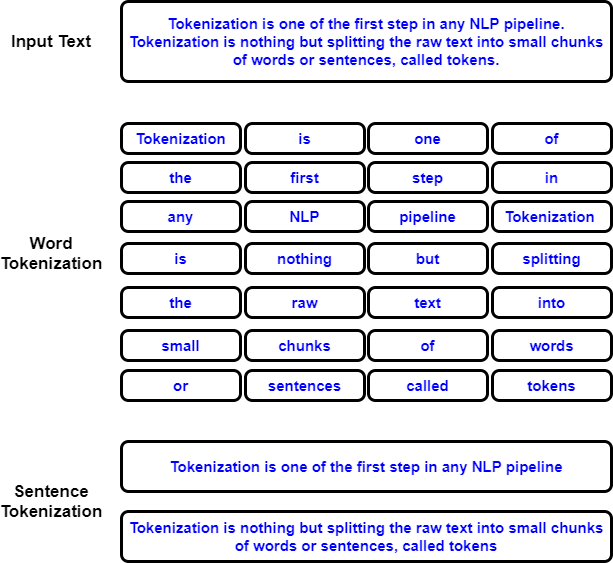
This is NLP_Tokenization.png from satishgunjal/Images, a draw.io export, as it was before one commit. Source tidied: cells renumbered, new cells last; positions are measured from the earlier drawing's top-left corner, leaving out a move shared by most shapes.
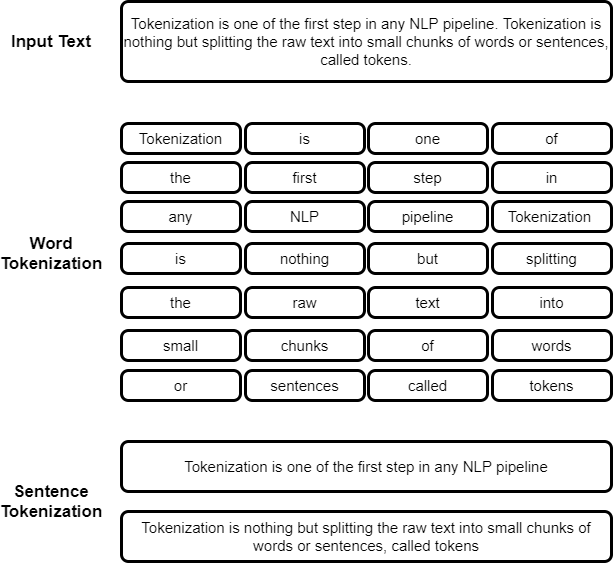
The same file after the commit.

The edit, as a diff of the source:
```diff
@@ -2,97 +2,97 @@
   <root>
     <mxCell id="0" />
     <mxCell id="1" parent="0" />
-    <mxCell id="2" value="Tokenization is one of the first step in any NLP pipeline. Tokenization is nothing but splitting the raw text into small chunks of words or sentences, called tokens." style="rounded=1;whiteSpace=wrap;html=1;absoluteArcSize=1;arcSize=14;strokeWidth=3;fontSize=15;fontStyle=1;fontColor=#0000FF;fillColor=none;align=center;" parent="1" vertex="1">
+    <mxCell id="2" value="Tokenization is one of the first step in any NLP pipeline. Tokenization is nothing but splitting the raw text into small chunks of words or sentences, called tokens." style="rounded=1;whiteSpace=wrap;html=1;absoluteArcSize=1;arcSize=14;strokeWidth=3;fontSize=15;fontStyle=0;fillColor=none;align=center;" parent="1" vertex="1">
       <mxGeometry x="120" width="490" height="80" as="geometry" />
     </mxCell>
-    <mxCell id="3" value="Tokenization" style="rounded=1;whiteSpace=wrap;html=1;absoluteArcSize=1;arcSize=14;strokeWidth=3;fontSize=15;fontStyle=1;fontColor=#0000FF;fillColor=none;align=center;" parent="1" vertex="1">
+    <mxCell id="3" value="Tokenization" style="rounded=1;whiteSpace=wrap;html=1;absoluteArcSize=1;arcSize=14;strokeWidth=3;fontSize=15;fontStyle=0;fillColor=none;align=center;" parent="1" vertex="1">
       <mxGeometry x="120" y="122" width="119" height="30" as="geometry" />
     </mxCell>
-    <mxCell id="4" value="is" style="rounded=1;whiteSpace=wrap;html=1;absoluteArcSize=1;arcSize=14;strokeWidth=3;fontSize=15;fontStyle=1;fontColor=#0000FF;fillColor=none;align=center;" parent="1" vertex="1">
+    <mxCell id="4" value="is" style="rounded=1;whiteSpace=wrap;html=1;absoluteArcSize=1;arcSize=14;strokeWidth=3;fontSize=15;fontStyle=0;fillColor=none;align=center;" parent="1" vertex="1">
       <mxGeometry x="244" y="122" width="119" height="30" as="geometry" />
     </mxCell>
-    <mxCell id="5" value="one" style="rounded=1;whiteSpace=wrap;html=1;absoluteArcSize=1;arcSize=14;strokeWidth=3;fontSize=15;fontStyle=1;fontColor=#0000FF;fillColor=none;align=center;" parent="1" vertex="1">
+    <mxCell id="5" value="one" style="rounded=1;whiteSpace=wrap;html=1;absoluteArcSize=1;arcSize=14;strokeWidth=3;fontSize=15;fontStyle=0;fillColor=none;align=center;" parent="1" vertex="1">
       <mxGeometry x="367" y="122" width="119" height="30" as="geometry" />
     </mxCell>
-    <mxCell id="6" value="of" style="rounded=1;whiteSpace=wrap;html=1;absoluteArcSize=1;arcSize=14;strokeWidth=3;fontSize=15;fontStyle=1;fontColor=#0000FF;fillColor=none;align=center;" parent="1" vertex="1">
+    <mxCell id="6" value="of" style="rounded=1;whiteSpace=wrap;html=1;absoluteArcSize=1;arcSize=14;strokeWidth=3;fontSize=15;fontStyle=0;fillColor=none;align=center;" parent="1" vertex="1">
       <mxGeometry x="491" y="122" width="119" height="30" as="geometry" />
     </mxCell>
-    <mxCell id="7" value="the" style="rounded=1;whiteSpace=wrap;html=1;absoluteArcSize=1;arcSize=14;strokeWidth=3;fontSize=15;fontStyle=1;fontColor=#0000FF;fillColor=none;align=center;" parent="1" vertex="1">
+    <mxCell id="7" value="the" style="rounded=1;whiteSpace=wrap;html=1;absoluteArcSize=1;arcSize=14;strokeWidth=3;fontSize=15;fontStyle=0;fillColor=none;align=center;" parent="1" vertex="1">
       <mxGeometry x="120" y="161" width="119" height="30" as="geometry" />
     </mxCell>
-    <mxCell id="8" value="first" style="rounded=1;whiteSpace=wrap;html=1;absoluteArcSize=1;arcSize=14;strokeWidth=3;fontSize=15;fontStyle=1;fontColor=#0000FF;fillColor=none;align=center;" parent="1" vertex="1">
+    <mxCell id="8" value="first" style="rounded=1;whiteSpace=wrap;html=1;absoluteArcSize=1;arcSize=14;strokeWidth=3;fontSize=15;fontStyle=0;fillColor=none;align=center;" parent="1" vertex="1">
       <mxGeometry x="244" y="161" width="119" height="30" as="geometry" />
     </mxCell>
-    <mxCell id="9" value="step" style="rounded=1;whiteSpace=wrap;html=1;absoluteArcSize=1;arcSize=14;strokeWidth=3;fontSize=15;fontStyle=1;fontColor=#0000FF;fillColor=none;align=center;" parent="1" vertex="1">
+    <mxCell id="9" value="step" style="rounded=1;whiteSpace=wrap;html=1;absoluteArcSize=1;arcSize=14;strokeWidth=3;fontSize=15;fontStyle=0;fillColor=none;align=center;" parent="1" vertex="1">
       <mxGeometry x="367" y="161" width="119" height="30" as="geometry" />
     </mxCell>
-    <mxCell id="10" value="in" style="rounded=1;whiteSpace=wrap;html=1;absoluteArcSize=1;arcSize=14;strokeWidth=3;fontSize=15;fontStyle=1;fontColor=#0000FF;fillColor=none;align=center;" parent="1" vertex="1">
+    <mxCell id="10" value="in" style="rounded=1;whiteSpace=wrap;html=1;absoluteArcSize=1;arcSize=14;strokeWidth=3;fontSize=15;fontStyle=0;fillColor=none;align=center;" parent="1" vertex="1">
       <mxGeometry x="491" y="161" width="119" height="30" as="geometry" />
     </mxCell>
-    <mxCell id="11" value="any" style="rounded=1;whiteSpace=wrap;html=1;absoluteArcSize=1;arcSize=14;strokeWidth=3;fontSize=15;fontStyle=1;fontColor=#0000FF;fillColor=none;align=center;" parent="1" vertex="1">
+    <mxCell id="11" value="any" style="rounded=1;whiteSpace=wrap;html=1;absoluteArcSize=1;arcSize=14;strokeWidth=3;fontSize=15;fontStyle=0;fillColor=none;align=center;" parent="1" vertex="1">
       <mxGeometry x="120" y="200" width="119" height="30" as="geometry" />
     </mxCell>
-    <mxCell id="12" value="NLP" style="rounded=1;whiteSpace=wrap;html=1;absoluteArcSize=1;arcSize=14;strokeWidth=3;fontSize=15;fontStyle=1;fontColor=#0000FF;fillColor=none;align=center;" parent="1" vertex="1">
+    <mxCell id="12" value="NLP" style="rounded=1;whiteSpace=wrap;html=1;absoluteArcSize=1;arcSize=14;strokeWidth=3;fontSize=15;fontStyle=0;fillColor=none;align=center;" parent="1" vertex="1">
       <mxGeometry x="244" y="200" width="119" height="30" as="geometry" />
     </mxCell>
-    <mxCell id="13" value="pipeline" style="rounded=1;whiteSpace=wrap;html=1;absoluteArcSize=1;arcSize=14;strokeWidth=3;fontSize=15;fontStyle=1;fontColor=#0000FF;fillColor=none;align=center;" parent="1" vertex="1">
+    <mxCell id="13" value="pipeline" style="rounded=1;whiteSpace=wrap;html=1;absoluteArcSize=1;arcSize=14;strokeWidth=3;fontSize=15;fontStyle=0;fillColor=none;align=center;" parent="1" vertex="1">
       <mxGeometry x="367" y="200" width="119" height="30" as="geometry" />
     </mxCell>
-    <mxCell id="14" value="Tokenization&amp;nbsp;" style="rounded=1;whiteSpace=wrap;html=1;absoluteArcSize=1;arcSize=14;strokeWidth=3;fontSize=15;fontStyle=1;fontColor=#0000FF;fillColor=none;align=center;" parent="1" vertex="1">
+    <mxCell id="14" value="Tokenization&amp;nbsp;" style="rounded=1;whiteSpace=wrap;html=1;absoluteArcSize=1;arcSize=14;strokeWidth=3;fontSize=15;fontStyle=0;fillColor=none;align=center;" parent="1" vertex="1">
       <mxGeometry x="491" y="200" width="119" height="30" as="geometry" />
     </mxCell>
-    <mxCell id="15" value="is" style="rounded=1;whiteSpace=wrap;html=1;absoluteArcSize=1;arcSize=14;strokeWidth=3;fontSize=15;fontStyle=1;fontColor=#0000FF;fillColor=none;align=center;" parent="1" vertex="1">
+    <mxCell id="15" value="is" style="rounded=1;whiteSpace=wrap;html=1;absoluteArcSize=1;arcSize=14;strokeWidth=3;fontSize=15;fontStyle=0;fillColor=none;align=center;" parent="1" vertex="1">
       <mxGeometry x="120" y="242" width="119" height="30" as="geometry" />
     </mxCell>
-    <mxCell id="16" value="nothing" style="rounded=1;whiteSpace=wrap;html=1;absoluteArcSize=1;arcSize=14;strokeWidth=3;fontSize=15;fontStyle=1;fontColor=#0000FF;fillColor=none;align=center;" parent="1" vertex="1">
+    <mxCell id="16" value="nothing" style="rounded=1;whiteSpace=wrap;html=1;absoluteArcSize=1;arcSize=14;strokeWidth=3;fontSize=15;fontStyle=0;fillColor=none;align=center;" parent="1" vertex="1">
       <mxGeometry x="244" y="242" width="119" height="30" as="geometry" />
     </mxCell>
-    <mxCell id="17" value="but" style="rounded=1;whiteSpace=wrap;html=1;absoluteArcSize=1;arcSize=14;strokeWidth=3;fontSize=15;fontStyle=1;fontColor=#0000FF;fillColor=none;align=center;" parent="1" vertex="1">
+    <mxCell id="17" value="but" style="rounded=1;whiteSpace=wrap;html=1;absoluteArcSize=1;arcSize=14;strokeWidth=3;fontSize=15;fontStyle=0;fillColor=none;align=center;" parent="1" vertex="1">
       <mxGeometry x="367" y="242" width="119" height="30" as="geometry" />
     </mxCell>
-    <mxCell id="18" value="splitting" style="rounded=1;whiteSpace=wrap;html=1;absoluteArcSize=1;arcSize=14;strokeWidth=3;fontSize=15;fontStyle=1;fontColor=#0000FF;fillColor=none;align=center;" parent="1" vertex="1">
+    <mxCell id="18" value="splitting" style="rounded=1;whiteSpace=wrap;html=1;absoluteArcSize=1;arcSize=14;strokeWidth=3;fontSize=15;fontStyle=0;fillColor=none;align=center;" parent="1" vertex="1">
       <mxGeometry x="491" y="242" width="119" height="30" as="geometry" />
     </mxCell>
-    <mxCell id="19" value="the" style="rounded=1;whiteSpace=wrap;html=1;absoluteArcSize=1;arcSize=14;strokeWidth=3;fontSize=15;fontStyle=1;fontColor=#0000FF;fillColor=none;align=center;" parent="1" vertex="1">
+    <mxCell id="19" value="the" style="rounded=1;whiteSpace=wrap;html=1;absoluteArcSize=1;arcSize=14;strokeWidth=3;fontSize=15;fontStyle=0;fillColor=none;align=center;" parent="1" vertex="1">
       <mxGeometry x="120" y="286" width="119" height="30" as="geometry" />
     </mxCell>
-    <mxCell id="20" value="raw" style="rounded=1;whiteSpace=wrap;html=1;absoluteArcSize=1;arcSize=14;strokeWidth=3;fontSize=15;fontStyle=1;fontColor=#0000FF;fillColor=none;align=center;" parent="1" vertex="1">
+    <mxCell id="20" value="raw" style="rounded=1;whiteSpace=wrap;html=1;absoluteArcSize=1;arcSize=14;strokeWidth=3;fontSize=15;fontStyle=0;fillColor=none;align=center;" parent="1" vertex="1">
       <mxGeometry x="244" y="286" width="119" height="30" as="geometry" />
     </mxCell>
-    <mxCell id="21" value="text" style="rounded=1;whiteSpace=wrap;html=1;absoluteArcSize=1;arcSize=14;strokeWidth=3;fontSize=15;fontStyle=1;fontColor=#0000FF;fillColor=none;align=center;" parent="1" vertex="1">
+    <mxCell id="21" value="text" style="rounded=1;whiteSpace=wrap;html=1;absoluteArcSize=1;arcSize=14;strokeWidth=3;fontSize=15;fontStyle=0;fillColor=none;align=center;" parent="1" vertex="1">
       <mxGeometry x="367" y="286" width="119" height="30" as="geometry" />
     </mxCell>
-    <mxCell id="22" value="into" style="rounded=1;whiteSpace=wrap;html=1;absoluteArcSize=1;arcSize=14;strokeWidth=3;fontSize=15;fontStyle=1;fontColor=#0000FF;fillColor=none;align=center;" parent="1" vertex="1">
+    <mxCell id="22" value="into" style="rounded=1;whiteSpace=wrap;html=1;absoluteArcSize=1;arcSize=14;strokeWidth=3;fontSize=15;fontStyle=0;fillColor=none;align=center;" parent="1" vertex="1">
       <mxGeometry x="491" y="286" width="119" height="30" as="geometry" />
     </mxCell>
-    <mxCell id="23" value="small" style="rounded=1;whiteSpace=wrap;html=1;absoluteArcSize=1;arcSize=14;strokeWidth=3;fontSize=15;fontStyle=1;fontColor=#0000FF;fillColor=none;align=center;" parent="1" vertex="1">
+    <mxCell id="23" value="small" style="rounded=1;whiteSpace=wrap;html=1;absoluteArcSize=1;arcSize=14;strokeWidth=3;fontSize=15;fontStyle=0;fillColor=none;align=center;" parent="1" vertex="1">
       <mxGeometry x="120" y="329" width="119" height="30" as="geometry" />
     </mxCell>
-    <mxCell id="24" value="chunks" style="rounded=1;whiteSpace=wrap;html=1;absoluteArcSize=1;arcSize=14;strokeWidth=3;fontSize=15;fontStyle=1;fontColor=#0000FF;fillColor=none;align=center;" parent="1" vertex="1">
+    <mxCell id="24" value="chunks" style="rounded=1;whiteSpace=wrap;html=1;absoluteArcSize=1;arcSize=14;strokeWidth=3;fontSize=15;fontStyle=0;fillColor=none;align=center;" parent="1" vertex="1">
       <mxGeometry x="244" y="329" width="119" height="30" as="geometry" />
     </mxCell>
-    <mxCell id="25" value="of" style="rounded=1;whiteSpace=wrap;html=1;absoluteArcSize=1;arcSize=14;strokeWidth=3;fontSize=15;fontStyle=1;fontColor=#0000FF;fillColor=none;align=center;" parent="1" vertex="1">
+    <mxCell id="25" value="of" style="rounded=1;whiteSpace=wrap;html=1;absoluteArcSize=1;arcSize=14;strokeWidth=3;fontSize=15;fontStyle=0;fillColor=none;align=center;" parent="1" vertex="1">
       <mxGeometry x="367" y="329" width="119" height="30" as="geometry" />
     </mxCell>
-    <mxCell id="26" value="words" style="rounded=1;whiteSpace=wrap;html=1;absoluteArcSize=1;arcSize=14;strokeWidth=3;fontSize=15;fontStyle=1;fontColor=#0000FF;fillColor=none;align=center;" parent="1" vertex="1">
+    <mxCell id="26" value="words" style="rounded=1;whiteSpace=wrap;html=1;absoluteArcSize=1;arcSize=14;strokeWidth=3;fontSize=15;fontStyle=0;fillColor=none;align=center;" parent="1" vertex="1">
       <mxGeometry x="491" y="329" width="119" height="30" as="geometry" />
     </mxCell>
-    <mxCell id="27" value="or" style="rounded=1;whiteSpace=wrap;html=1;absoluteArcSize=1;arcSize=14;strokeWidth=3;fontSize=15;fontStyle=1;fontColor=#0000FF;fillColor=none;align=center;" parent="1" vertex="1">
+    <mxCell id="27" value="or" style="rounded=1;whiteSpace=wrap;html=1;absoluteArcSize=1;arcSize=14;strokeWidth=3;fontSize=15;fontStyle=0;fillColor=none;align=center;" parent="1" vertex="1">
       <mxGeometry x="120" y="369" width="119" height="30" as="geometry" />
     </mxCell>
-    <mxCell id="28" value="sentences" style="rounded=1;whiteSpace=wrap;html=1;absoluteArcSize=1;arcSize=14;strokeWidth=3;fontSize=15;fontStyle=1;fontColor=#0000FF;fillColor=none;align=center;" parent="1" vertex="1">
+    <mxCell id="28" value="sentences" style="rounded=1;whiteSpace=wrap;html=1;absoluteArcSize=1;arcSize=14;strokeWidth=3;fontSize=15;fontStyle=0;fillColor=none;align=center;" parent="1" vertex="1">
       <mxGeometry x="244" y="369" width="119" height="30" as="geometry" />
     </mxCell>
-    <mxCell id="29" value="called" style="rounded=1;whiteSpace=wrap;html=1;absoluteArcSize=1;arcSize=14;strokeWidth=3;fontSize=15;fontStyle=1;fontColor=#0000FF;fillColor=none;align=center;" parent="1" vertex="1">
+    <mxCell id="29" value="called" style="rounded=1;whiteSpace=wrap;html=1;absoluteArcSize=1;arcSize=14;strokeWidth=3;fontSize=15;fontStyle=0;fillColor=none;align=center;" parent="1" vertex="1">
       <mxGeometry x="367" y="369" width="119" height="30" as="geometry" />
     </mxCell>
-    <mxCell id="30" value="tokens" style="rounded=1;whiteSpace=wrap;html=1;absoluteArcSize=1;arcSize=14;strokeWidth=3;fontSize=15;fontStyle=1;fontColor=#0000FF;fillColor=none;align=center;" parent="1" vertex="1">
+    <mxCell id="30" value="tokens" style="rounded=1;whiteSpace=wrap;html=1;absoluteArcSize=1;arcSize=14;strokeWidth=3;fontSize=15;fontStyle=0;fillColor=none;align=center;" parent="1" vertex="1">
       <mxGeometry x="491" y="369" width="119" height="30" as="geometry" />
     </mxCell>
-    <mxCell id="31" value="Tokenization is one of the first step in any NLP pipeline" style="rounded=1;whiteSpace=wrap;html=1;absoluteArcSize=1;arcSize=14;strokeWidth=3;fontSize=15;fontStyle=1;fontColor=#0000FF;fillColor=none;align=center;" parent="1" vertex="1">
+    <mxCell id="31" value="Tokenization is one of the first step in any NLP pipeline" style="rounded=1;whiteSpace=wrap;html=1;absoluteArcSize=1;arcSize=14;strokeWidth=3;fontSize=15;fontStyle=0;fillColor=none;align=center;" parent="1" vertex="1">
       <mxGeometry x="120" y="440" width="490" height="50" as="geometry" />
     </mxCell>
-    <mxCell id="32" value="Tokenization is nothing but splitting the raw text into small chunks of words or sentences, called tokens" style="rounded=1;whiteSpace=wrap;html=1;absoluteArcSize=1;arcSize=14;strokeWidth=3;fontSize=15;fontStyle=1;fontColor=#0000FF;fillColor=none;align=center;" parent="1" vertex="1">
+    <mxCell id="32" value="Tokenization is nothing but splitting the raw text into small chunks of words or sentences, called tokens" style="rounded=1;whiteSpace=wrap;html=1;absoluteArcSize=1;arcSize=14;strokeWidth=3;fontSize=15;fontStyle=0;fillColor=none;align=center;" parent="1" vertex="1">
       <mxGeometry x="120" y="510" width="490" height="50" as="geometry" />
     </mxCell>
     <mxCell id="33" value="Input Text" style="text;html=1;strokeColor=none;fillColor=none;align=center;verticalAlign=middle;whiteSpace=wrap;rounded=0;fontSize=17;fontStyle=1;" parent="1" vertex="1">
```
